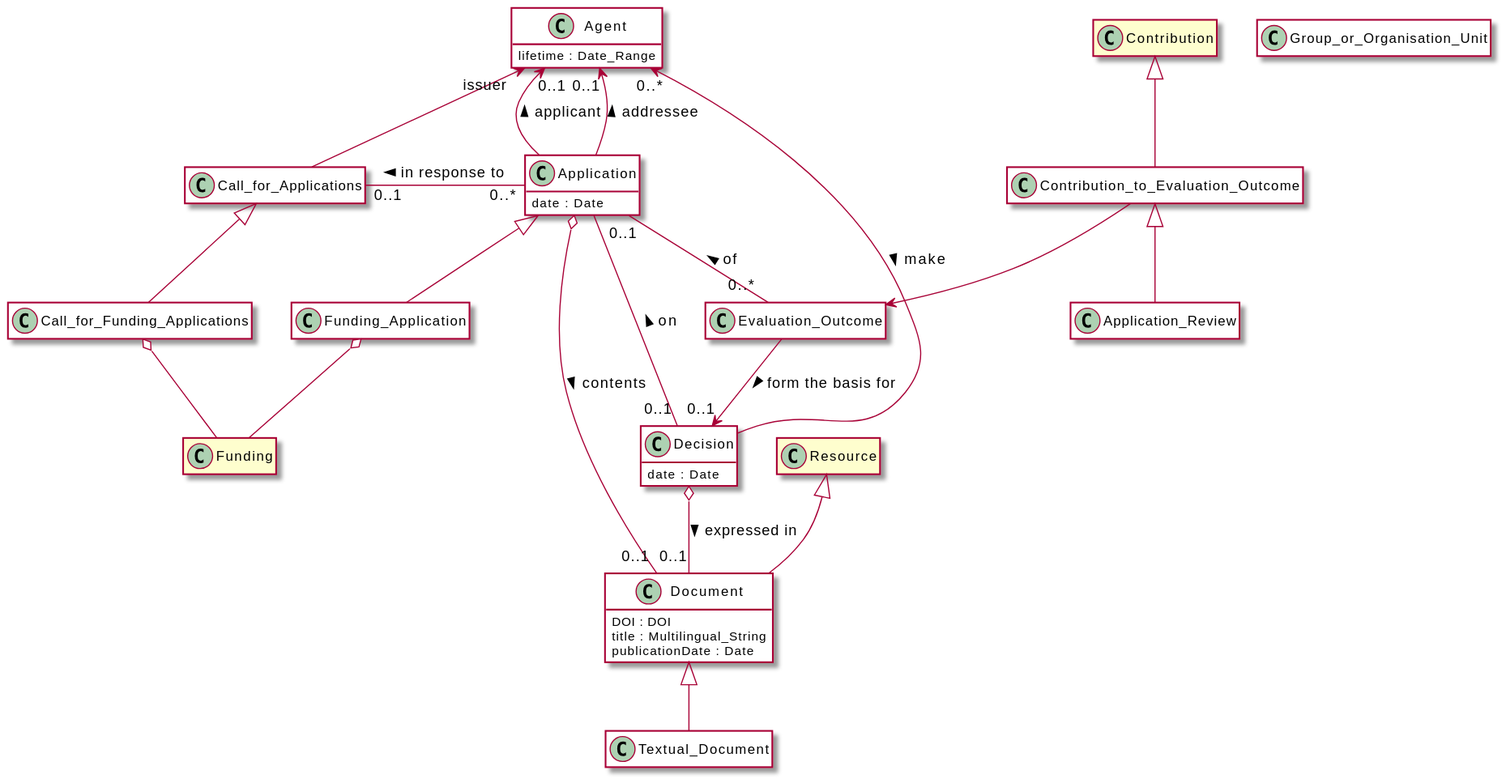
EuroCRIS/CERIF-Core keeps this PlantUML diagram as diagrams/application.svg. Above is the earlier version.
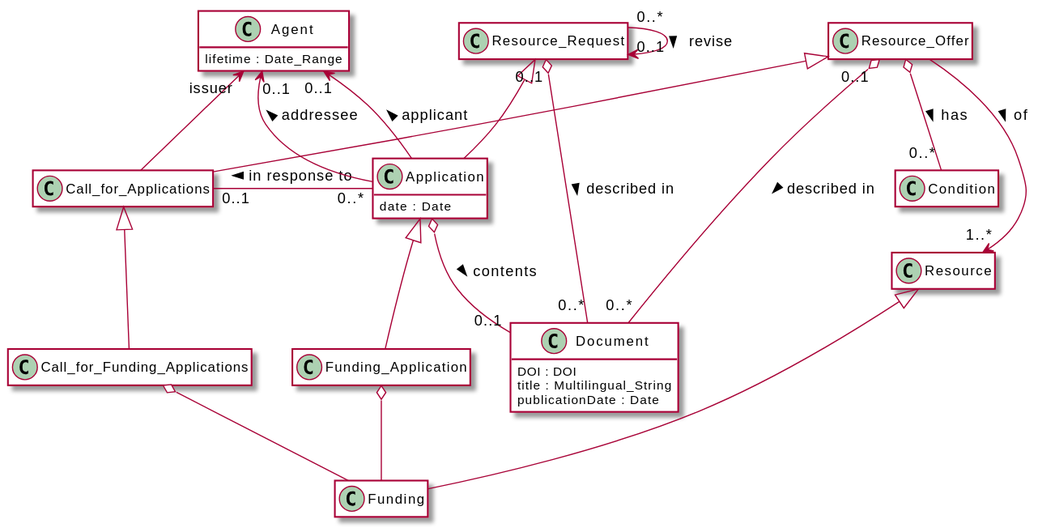
Later version of the same file.

Diff of the diagram source:
```diff
@@ -1,6 +1,16 @@
 @startuml
+
     !includesub core.puml!common
+    !includesub core.puml!Call_for_Applications
     !includesub core.puml!Application
+    !includesub core.puml!Resource
     !includesub core.puml!Document
     !includesub core.puml!Agent
+    !includesub core.puml!Resource_Offer
+    !includesub core.puml!Resource_Request
+    !includesub core.puml!Condition
+    !includesub core.puml!Funding
+    !includesub core.puml!Funding_Application
+    !includesub core.puml!Call_for_Funding_Applications
+
 @enduml
```
